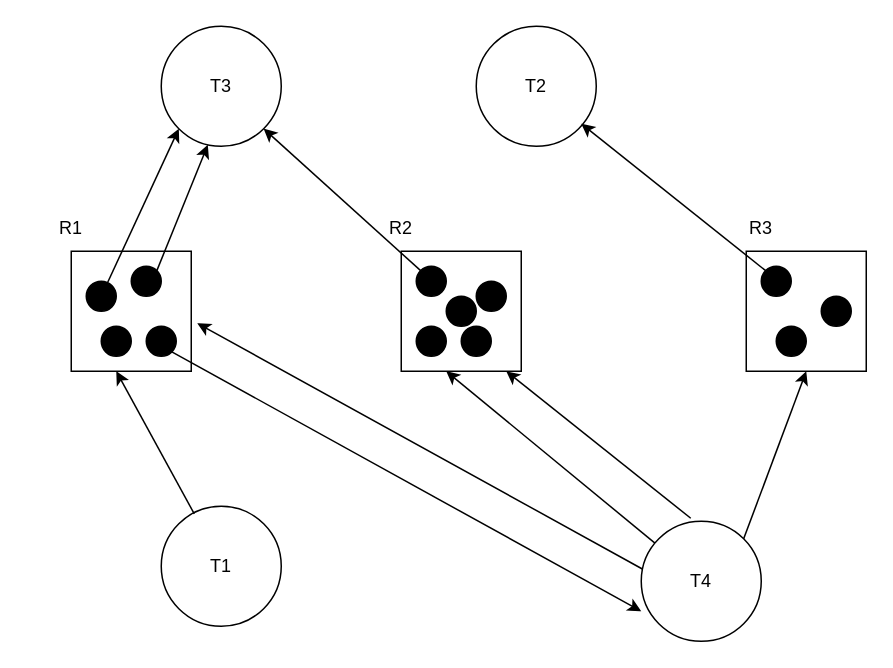
huyle84/diagrams keeps this draw.io diagram as RAGs.drawio. Above is the earlier version. Source tidied: cells renumbered, new cells numbered last; positions are measured from the earlier drawing's top-left corner, leaving out a move shared by most shapes. Both pictures are drawn from the tidied source at 150%, with x=0, y=0 at pixel (26, 26).
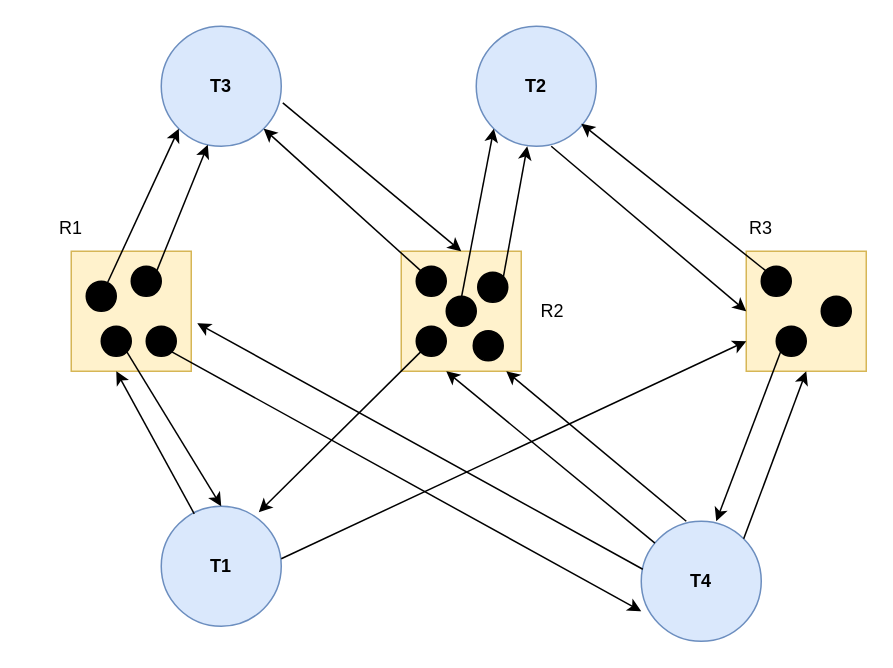
The same page after the edit.

Unchanged cells that the change refers to:
```xml
<mxCell id="11" style="ellipse;whiteSpace=wrap;html=1;fillColor=#000000;" parent="1" vertex="1">
  <mxGeometry x="50" y="200" width="20" height="20" as="geometry" />
</mxCell>
<mxCell id="15" style="ellipse;whiteSpace=wrap;html=1;fillColor=#000000;" parent="1" vertex="1">
  <mxGeometry x="260" y="200" width="20" height="20" as="geometry" />
</mxCell>
<mxCell id="19" style="ellipse;whiteSpace=wrap;html=1;fillColor=#000000;" parent="1" vertex="1">
  <mxGeometry x="500" y="200" width="20" height="20" as="geometry" />
</mxCell>
```

Diff of the diagram source:
```diff
@@
-    <mxCell id="2" style="whiteSpace=wrap;html=1;" parent="1" vertex="1">
+    <mxCell id="2" style="whiteSpace=wrap;html=1;fillColor=#fff2cc;strokeColor=#d6b656;" parent="1" vertex="1">
       <mxGeometry x="250" y="150" width="80" height="80" as="geometry" />
     </mxCell>
-    <mxCell id="3" style="whiteSpace=wrap;html=1;" parent="1" vertex="1">
+    <mxCell id="3" style="whiteSpace=wrap;html=1;fillColor=#fff2cc;strokeColor=#d6b656;" parent="1" vertex="1">
       <mxGeometry x="30" y="150" width="80" height="80" as="geometry" />
     </mxCell>
-    <mxCell id="4" style="whiteSpace=wrap;html=1;" parent="1" vertex="1">
+    <mxCell id="4" style="whiteSpace=wrap;html=1;fillColor=#fff2cc;strokeColor=#d6b656;" parent="1" vertex="1">
       <mxGeometry x="480" y="150" width="80" height="80" as="geometry" />
     </mxCell>
-    <mxCell id="5" value="T3" style="ellipse;whiteSpace=wrap;html=1;" parent="1" vertex="1">
+    <mxCell id="5" value="T3" style="ellipse;whiteSpace=wrap;html=1;fillColor=#dae8fc;strokeColor=#6c8ebf;fontStyle=1;" parent="1" vertex="1">
       <mxGeometry x="90" width="80" height="80" as="geometry" />
     </mxCell>
-    <mxCell id="6" value="T2" style="ellipse;whiteSpace=wrap;html=1;" parent="1" vertex="1">
+    <mxCell id="6" value="T2" style="ellipse;whiteSpace=wrap;html=1;fillColor=#dae8fc;strokeColor=#6c8ebf;fontStyle=1;" parent="1" vertex="1">
       <mxGeometry x="300" width="80" height="80" as="geometry" />
     </mxCell>
-    <mxCell id="7" value="T1" style="ellipse;whiteSpace=wrap;html=1;" parent="1" vertex="1">
+    <mxCell id="7" value="T1" style="ellipse;whiteSpace=wrap;html=1;fillColor=#dae8fc;strokeColor=#6c8ebf;fontStyle=1;" parent="1" vertex="1">
       <mxGeometry x="90" y="320" width="80" height="80" as="geometry" />
     </mxCell>
-    <mxCell id="8" value="T4" style="ellipse;whiteSpace=wrap;html=1;" parent="1" vertex="1">
+    <mxCell id="8" value="T4" style="ellipse;whiteSpace=wrap;html=1;fillColor=#dae8fc;strokeColor=#6c8ebf;fontStyle=1;" parent="1" vertex="1">
       <mxGeometry x="410" y="330" width="80" height="80" as="geometry" />
     </mxCell>
@@
     <mxCell id="14" style="ellipse;whiteSpace=wrap;html=1;fillColor=#000000;" parent="1" vertex="1">
-      <mxGeometry x="300" y="170" width="20" height="20" as="geometry" />
+      <mxGeometry x="301" y="164" width="20" height="20" as="geometry" />
     </mxCell>
@@
     <mxCell id="16" style="ellipse;whiteSpace=wrap;html=1;fillColor=#000000;" parent="1" vertex="1">
-      <mxGeometry x="290" y="200" width="20" height="20" as="geometry" />
+      <mxGeometry x="298" y="203" width="20" height="20" as="geometry" />
     </mxCell>
@@
     <mxCell id="22" value="R2" style="text;html=1;strokeColor=none;fillColor=none;align=center;verticalAlign=middle;whiteSpace=wrap;rounded=0;" parent="1" vertex="1">
-      <mxGeometry x="220" y="120" width="60" height="30" as="geometry" />
+      <mxGeometry x="321" y="175" width="60" height="30" as="geometry" />
     </mxCell>
@@
-    <mxCell id="27" style="endArrow=classic;html=1;rounded=0;entryX=1;entryY=1;entryDx=0;entryDy=0;exitX=0;exitY=0;exitDx=0;exitDy=0;" parent="1" edge="1">
+    <mxCell id="27" style="endArrow=classic;html=1;rounded=0;entryX=1;entryY=1;entryDx=0;entryDy=0;" parent="1" edge="1">
       <mxGeometry relative="1" as="geometry">
-        <mxPoint x="443" y="328" as="sourcePoint" />
+        <mxPoint x="440" y="330" as="sourcePoint" />
         <mxPoint x="320" y="230" as="targetPoint" />
       </mxGeometry>
     </mxCell>
@@
+    <mxCell id="34" style="endArrow=classic;html=1;rounded=0;entryX=1;entryY=1;entryDx=0;entryDy=0;exitX=1.013;exitY=0.638;exitDx=0;exitDy=0;exitPerimeter=0;" parent="1" edge="1" source="5">
+      <mxGeometry relative="1" as="geometry">
+        <mxPoint x="290" y="150" as="targetPoint" />
+      </mxGeometry>
+    </mxCell>
+    <mxCell id="35" style="endArrow=classic;html=1;rounded=0;entryX=1;entryY=1;entryDx=0;entryDy=0;" parent="1" edge="1">
+      <mxGeometry relative="1" as="geometry">
+        <mxPoint x="317" y="173" as="sourcePoint" />
+        <mxPoint x="334" y="80" as="targetPoint" />
+      </mxGeometry>
+    </mxCell>
+    <mxCell id="36" style="endArrow=classic;html=1;rounded=0;entryX=0;entryY=1;entryDx=0;entryDy=0;exitX=1;exitY=0;exitDx=0;exitDy=0;" parent="1" edge="1" target="6">
+      <mxGeometry relative="1" as="geometry">
+        <mxPoint x="290" y="181.5" as="sourcePoint" />
+      </mxGeometry>
+    </mxCell>
+    <mxCell id="37" style="endArrow=classic;html=1;rounded=0;entryX=0;entryY=0.5;entryDx=0;entryDy=0;exitX=1.013;exitY=0.638;exitDx=0;exitDy=0;exitPerimeter=0;" parent="1" edge="1" target="4">
+      <mxGeometry relative="1" as="geometry">
+        <mxPoint x="350" y="80" as="sourcePoint" />
+      </mxGeometry>
+    </mxCell>
+    <mxCell id="38" style="endArrow=classic;html=1;rounded=0;entryX=1;entryY=1;entryDx=0;entryDy=0;exitX=0;exitY=1;exitDx=0;exitDy=0;" parent="1" edge="1" source="19">
+      <mxGeometry relative="1" as="geometry">
+        <mxPoint x="460" y="330" as="targetPoint" />
+      </mxGeometry>
+    </mxCell>
+    <mxCell id="39" style="endArrow=classic;html=1;rounded=0;entryX=0.5;entryY=0;entryDx=0;entryDy=0;exitX=1;exitY=1;exitDx=0;exitDy=0;" parent="1" edge="1" source="11" target="7">
+      <mxGeometry relative="1" as="geometry" />
+    </mxCell>
+    <mxCell id="40" style="endArrow=classic;html=1;rounded=0;entryX=0.813;entryY=0.05;entryDx=0;entryDy=0;exitX=0;exitY=1;exitDx=0;exitDy=0;entryPerimeter=0;" parent="1" edge="1" source="15" target="7">
+      <mxGeometry relative="1" as="geometry" />
+    </mxCell>
+    <mxCell id="41" style="endArrow=classic;html=1;rounded=0;entryX=0;entryY=0.75;entryDx=0;entryDy=0;exitX=0.275;exitY=0.063;exitDx=0;exitDy=0;exitPerimeter=0;" parent="1" edge="1" target="4">
+      <mxGeometry relative="1" as="geometry">
+        <mxPoint x="170" y="355" as="sourcePoint" />
+      </mxGeometry>
+    </mxCell>
```
